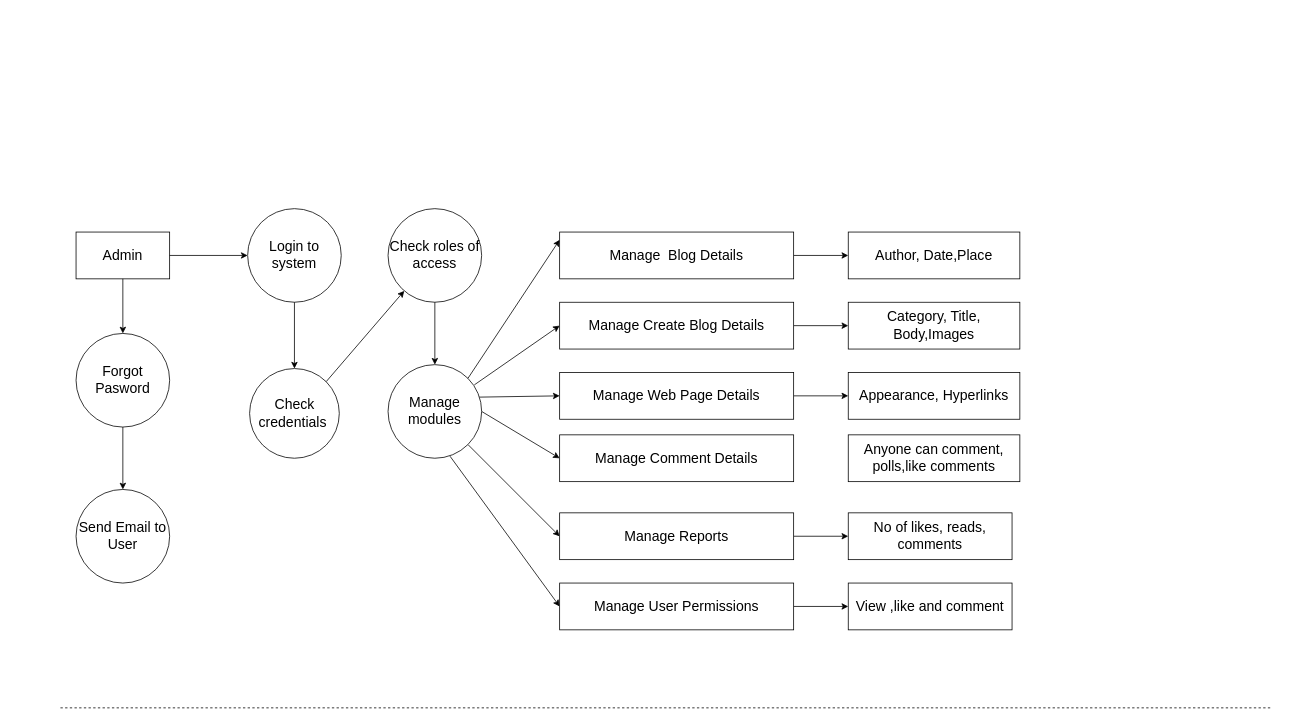
Earlier version of the draw.io diagram page "Page-1" (1 of 2) of test.drawio (ashutoshp31/CdacProject). Source tidied: cells renumbered, new cells numbered last; positions are measured from the earlier drawing's top-left corner, leaving out a move shared by most shapes. Both pictures are drawn from the tidied source at 78%, with x=0, y=0 at pixel (60, 208).
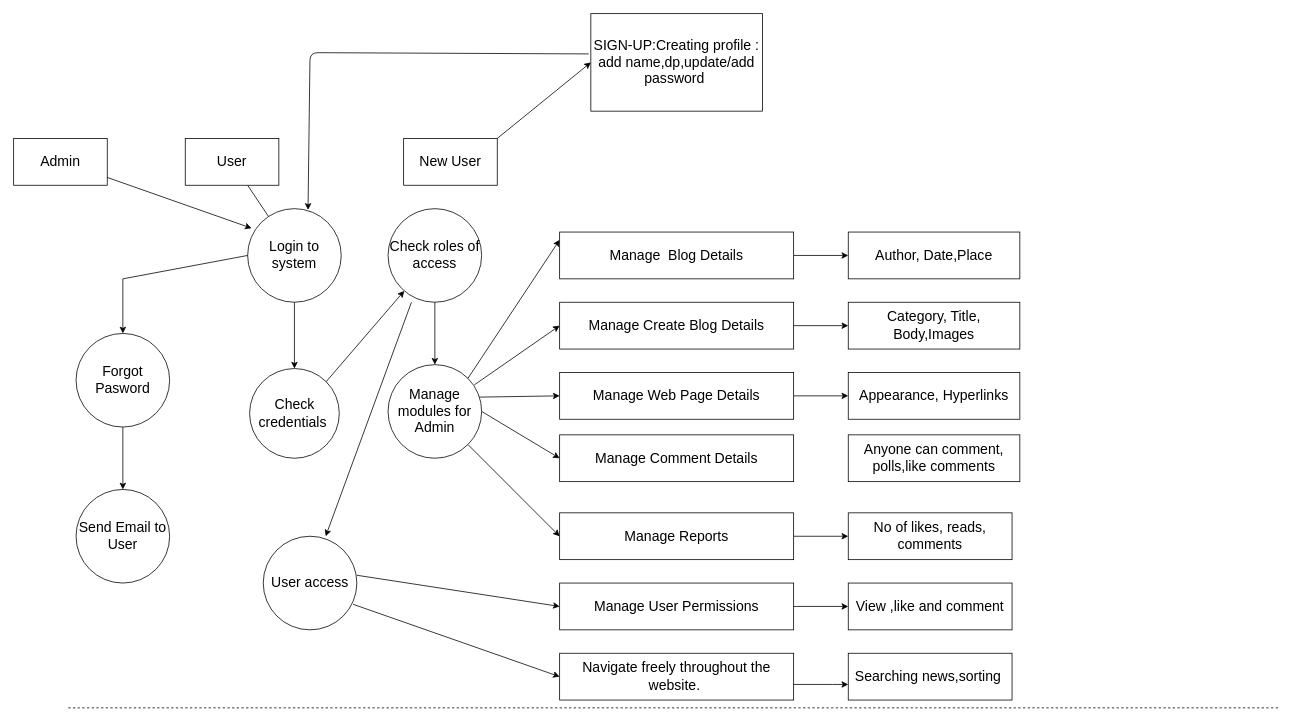
The same diagram, later.

The change refers to these unchanged cells:
```xml
<mxCell id="7" value="Login to system" style="ellipse;whiteSpace=wrap;html=1;fontSize=18;" parent="1" vertex="1">
  <mxGeometry x="240" width="120" height="120" as="geometry" />
</mxCell>
<mxCell id="12" value="Check roles of access" style="ellipse;whiteSpace=wrap;html=1;fontSize=18;" parent="1" vertex="1">
  <mxGeometry x="420" width="120" height="120" as="geometry" />
</mxCell>
<mxCell id="34" value="Manage User Permissions" style="rounded=0;whiteSpace=wrap;html=1;fontSize=18;" parent="1" vertex="1">
  <mxGeometry x="640" y="480" width="300" height="60" as="geometry" />
</mxCell>
```

Diff of the diagram source:
```diff
@@
     <mxCell id="2" value="&lt;span style=&quot;font-size: 18px;&quot;&gt;Admin&lt;/span&gt;" style="rounded=0;whiteSpace=wrap;html=1;" parent="1" vertex="1">
-      <mxGeometry x="20" y="30" width="120" height="60" as="geometry" />
+      <mxGeometry x="-60" y="-90" width="120" height="60" as="geometry" />
     </mxCell>
@@
-    <mxCell id="8" style="endArrow=classic;html=1;fontSize=18;exitX=1;exitY=0.5;exitDx=0;exitDy=0;" parent="1" edge="1">
-      <mxGeometry relative="1" as="geometry">
-        <mxPoint x="140" y="60" as="sourcePoint" />
-        <mxPoint x="240" y="60" as="targetPoint" />
-      </mxGeometry>
-    </mxCell>
@@
-    <mxCell id="17" style="edgeStyle=none;html=1;exitX=0.662;exitY=0.978;exitDx=0;exitDy=0;entryX=0;entryY=0.5;entryDx=0;entryDy=0;fontSize=18;exitPerimeter=0;" parent="1" edge="1" source="18" target="34">
-      <mxGeometry relative="1" as="geometry" />
-    </mxCell>
-    <mxCell id="18" value="Manage modules" style="ellipse;whiteSpace=wrap;html=1;fontSize=18;" parent="1" vertex="1">
+    <mxCell id="18" value="Manage modules for Admin" style="ellipse;whiteSpace=wrap;html=1;fontSize=18;" parent="1" vertex="1">
       <mxGeometry x="420" y="200" width="120" height="120" as="geometry" />
     </mxCell>
@@
     <mxCell id="38" style="endArrow=none;dashed=1;html=1;fontSize=18;" parent="1" edge="1">
       <mxGeometry relative="1" as="geometry">
-        <mxPoint y="640" as="sourcePoint" />
-        <mxPoint x="1551.3" y="640" as="targetPoint" />
+        <mxPoint x="10" y="640" as="sourcePoint" />
+        <mxPoint x="1561.3" y="640" as="targetPoint" />
       </mxGeometry>
     </mxCell>
+    <mxCell id="39" value="&lt;font style=&quot;font-size: 18px;&quot;&gt;User&lt;/font&gt;" style="rounded=0;whiteSpace=wrap;html=1;" parent="1" vertex="1">
+      <mxGeometry x="160" y="-90" width="120" height="60" as="geometry" />
+    </mxCell>
+    <mxCell id="40" style="endArrow=none;html=1;fontSize=18;" parent="1" edge="1" source="7">
+      <mxGeometry relative="1" as="geometry">
+        <mxPoint x="240" y="-30" as="targetPoint" />
+      </mxGeometry>
+    </mxCell>
+    <mxCell id="41" style="endArrow=none;html=1;fontSize=18;" parent="1" edge="1">
+      <mxGeometry relative="1" as="geometry">
+        <mxPoint x="80" y="90" as="sourcePoint" />
+        <mxPoint x="240" y="60" as="targetPoint" />
+      </mxGeometry>
+    </mxCell>
+    <mxCell id="42" value="User access" style="ellipse;whiteSpace=wrap;html=1;fontSize=18;" parent="1" vertex="1">
+      <mxGeometry x="260" y="420" width="120" height="120" as="geometry" />
+    </mxCell>
+    <mxCell id="43" style="endArrow=classic;html=1;fontSize=18;entryX=0;entryY=0.5;entryDx=0;entryDy=0;" parent="1" edge="1" target="34">
+      <mxGeometry relative="1" as="geometry">
+        <mxPoint x="380" y="470" as="sourcePoint" />
+      </mxGeometry>
+    </mxCell>
+    <mxCell id="44" style="endArrow=classic;html=1;fontSize=18;exitX=0.25;exitY=1;exitDx=0;exitDy=0;exitPerimeter=0;entryX=0.667;entryY=0;entryDx=0;entryDy=0;entryPerimeter=0;" parent="1" edge="1" source="12" target="42">
+      <mxGeometry relative="1" as="geometry" />
+    </mxCell>
+    <mxCell id="45" style="endArrow=classic;html=1;fontSize=18;entryX=0.042;entryY=0.209;entryDx=0;entryDy=0;entryPerimeter=0;" parent="1" edge="1" source="2" target="7">
+      <mxGeometry relative="1" as="geometry">
+        <Array as="points">
+          <mxPoint x="60" y="-40" />
+        </Array>
+      </mxGeometry>
+    </mxCell>
+    <mxCell id="46" style="endArrow=classic;html=1;fontSize=18;entryX=0;entryY=0.5;entryDx=0;entryDy=0;exitX=0.96;exitY=0.727;exitDx=0;exitDy=0;exitPerimeter=0;" parent="1" edge="1" source="42" target="47">
+      <mxGeometry relative="1" as="geometry" />
+    </mxCell>
+    <mxCell id="47" value="Navigate freely throughout the website.&amp;nbsp;" style="rounded=0;whiteSpace=wrap;html=1;fontSize=18;" parent="1" vertex="1">
+      <mxGeometry x="640" y="570" width="300" height="60" as="geometry" />
+    </mxCell>
+    <mxCell id="48" value="Searching news,sorting&amp;nbsp;" style="rounded=0;whiteSpace=wrap;html=1;fontSize=18;" parent="1" vertex="1">
+      <mxGeometry x="1010" y="570" width="210" height="60" as="geometry" />
+    </mxCell>
+    <mxCell id="49" style="endArrow=classic;html=1;fontSize=18;" parent="1" edge="1">
+      <mxGeometry relative="1" as="geometry">
+        <mxPoint x="940" y="610" as="sourcePoint" />
+        <mxPoint x="1010" y="610" as="targetPoint" />
+        <Array as="points">
+          <mxPoint x="980" y="610" />
+        </Array>
+      </mxGeometry>
+    </mxCell>
+    <mxCell id="50" value="&lt;font style=&quot;font-size: 18px;&quot;&gt;SIGN-UP:Creating profile : add name,dp,update/add password&amp;nbsp;&lt;/font&gt;" style="rounded=0;whiteSpace=wrap;html=1;fontSize=18;" parent="1" vertex="1">
+      <mxGeometry x="680" y="-250" width="220" height="125" as="geometry" />
+    </mxCell>
+    <mxCell id="51" value="New User" style="rounded=0;whiteSpace=wrap;html=1;fontSize=18;" parent="1" vertex="1">
+      <mxGeometry x="440" y="-90" width="120" height="60" as="geometry" />
+    </mxCell>
+    <mxCell id="52" style="endArrow=classic;html=1;fontSize=18;exitX=1;exitY=0;exitDx=0;exitDy=0;entryX=0;entryY=0.5;entryDx=0;entryDy=0;" parent="1" edge="1" source="51" target="50">
+      <mxGeometry relative="1" as="geometry" />
+    </mxCell>
+    <mxCell id="53" style="endArrow=classic;html=1;fontSize=18;entryX=0.645;entryY=0.013;entryDx=0;entryDy=0;entryPerimeter=0;exitX=-0.012;exitY=0.413;exitDx=0;exitDy=0;exitPerimeter=0;" parent="1" edge="1" source="50" target="7">
+      <mxGeometry relative="1" as="geometry">
+        <Array as="points">
+          <mxPoint x="320" y="-200" />
+        </Array>
+      </mxGeometry>
+    </mxCell>
```
